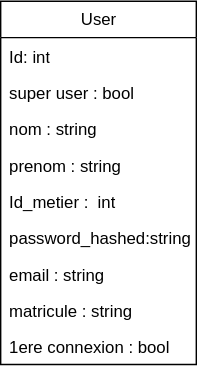
The draw.io diagram BDD/User.svg in fetohiaras/projet-genilog-is, before a commit. Source tidied: cells renumbered, new cells last; positions are measured from the earlier drawing's top-left corner, leaving out a move shared by most shapes. The source it was exported from:
```xml
<mxGraphModel>
  <root>
    <mxCell id="0" />
    <mxCell id="1" parent="0" />
    <mxCell id="2" value="User" style="swimlane;fontStyle=0;horizontal=1;startSize=26;fillColor=none;whiteSpace=wrap;html=1;" parent="1" vertex="1">
      <mxGeometry width="140" height="260" as="geometry" />
    </mxCell>
    <mxCell id="3" value="Id: int" style="text;strokeColor=none;fillColor=none;align=left;verticalAlign=top;spacingLeft=4;spacingRight=4;overflow=hidden;whiteSpace=wrap;html=1;" parent="2" vertex="1">
      <mxGeometry y="26" width="140" height="26" as="geometry" />
    </mxCell>
    <mxCell id="4" value="super user : bool" style="text;strokeColor=none;fillColor=none;align=left;verticalAlign=top;spacingLeft=4;spacingRight=4;overflow=hidden;whiteSpace=wrap;html=1;" parent="2" vertex="1">
      <mxGeometry y="52" width="140" height="26" as="geometry" />
    </mxCell>
    <mxCell id="5" value="nom : string" style="text;strokeColor=none;fillColor=none;align=left;verticalAlign=top;spacingLeft=4;spacingRight=4;overflow=hidden;whiteSpace=wrap;html=1;" parent="2" vertex="1">
      <mxGeometry y="78" width="140" height="26" as="geometry" />
    </mxCell>
    <mxCell id="6" value="prenom : string" style="text;strokeColor=none;fillColor=none;align=left;verticalAlign=top;spacingLeft=4;spacingRight=4;overflow=hidden;whiteSpace=wrap;html=1;" parent="2" vertex="1">
      <mxGeometry y="104" width="140" height="26" as="geometry" />
    </mxCell>
    <mxCell id="7" value="Id_metier&amp;nbsp;:&amp;nbsp; int" style="text;strokeColor=none;fillColor=none;align=left;verticalAlign=top;spacingLeft=4;spacingRight=4;overflow=hidden;whiteSpace=wrap;html=1;" parent="2" vertex="1">
      <mxGeometry y="130" width="140" height="26" as="geometry" />
    </mxCell>
    <mxCell id="8" value="password_hashed:string" style="text;strokeColor=none;fillColor=none;align=left;verticalAlign=top;spacingLeft=4;spacingRight=4;overflow=hidden;whiteSpace=wrap;html=1;" parent="2" vertex="1">
      <mxGeometry y="156" width="140" height="26" as="geometry" />
    </mxCell>
    <mxCell id="9" value="email : string" style="text;strokeColor=none;fillColor=none;align=left;verticalAlign=top;spacingLeft=4;spacingRight=4;overflow=hidden;whiteSpace=wrap;html=1;" parent="2" vertex="1">
      <mxGeometry y="182" width="140" height="26" as="geometry" />
    </mxCell>
    <mxCell id="10" value="matricule : string" style="text;strokeColor=none;fillColor=none;align=left;verticalAlign=top;spacingLeft=4;spacingRight=4;overflow=hidden;whiteSpace=wrap;html=1;" parent="2" vertex="1">
      <mxGeometry y="208" width="140" height="26" as="geometry" />
    </mxCell>
    <mxCell id="11" value="1ere connexion : bool" style="text;strokeColor=none;fillColor=none;align=left;verticalAlign=top;spacingLeft=4;spacingRight=4;overflow=hidden;whiteSpace=wrap;html=1;" parent="2" vertex="1">
      <mxGeometry y="234" width="140" height="26" as="geometry" />
    </mxCell>
  </root>
</mxGraphModel>
```
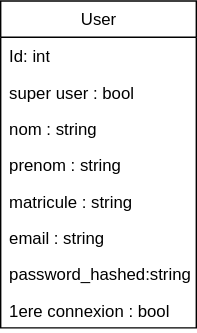
After the change.

The edit, as a diff of the source:
```diff
@@ -3,7 +3,7 @@
     <mxCell id="0" />
     <mxCell id="1" parent="0" />
     <mxCell id="2" value="User" style="swimlane;fontStyle=0;horizontal=1;startSize=26;fillColor=none;whiteSpace=wrap;html=1;" parent="1" vertex="1">
-      <mxGeometry width="140" height="260" as="geometry" />
+      <mxGeometry width="140" height="234" as="geometry" />
     </mxCell>
     <mxCell id="3" value="Id: int" style="text;strokeColor=none;fillColor=none;align=left;verticalAlign=top;spacingLeft=4;spacingRight=4;overflow=hidden;whiteSpace=wrap;html=1;" parent="2" vertex="1">
       <mxGeometry y="26" width="140" height="26" as="geometry" />
@@ -17,20 +17,17 @@
     <mxCell id="6" value="prenom : string" style="text;strokeColor=none;fillColor=none;align=left;verticalAlign=top;spacingLeft=4;spacingRight=4;overflow=hidden;whiteSpace=wrap;html=1;" parent="2" vertex="1">
       <mxGeometry y="104" width="140" height="26" as="geometry" />
     </mxCell>
-    <mxCell id="7" value="Id_metier&amp;nbsp;:&amp;nbsp; int" style="text;strokeColor=none;fillColor=none;align=left;verticalAlign=top;spacingLeft=4;spacingRight=4;overflow=hidden;whiteSpace=wrap;html=1;" parent="2" vertex="1">
-      <mxGeometry y="130" width="140" height="26" as="geometry" />
-    </mxCell>
+    <mxCell id="10" value="matricule : string" style="text;strokeColor=none;fillColor=none;align=left;verticalAlign=top;spacingLeft=4;spacingRight=4;overflow=hidden;whiteSpace=wrap;html=1;" parent="2" vertex="1">
+      <mxGeometry y="130" width="140" height="26" as="geometry" />
+    </mxCell>
+    <mxCell id="9" value="email : string" style="text;strokeColor=none;fillColor=none;align=left;verticalAlign=top;spacingLeft=4;spacingRight=4;overflow=hidden;whiteSpace=wrap;html=1;" parent="2" vertex="1">
+      <mxGeometry y="156" width="140" height="26" as="geometry" />
+    </mxCell>
     <mxCell id="8" value="password_hashed:string" style="text;strokeColor=none;fillColor=none;align=left;verticalAlign=top;spacingLeft=4;spacingRight=4;overflow=hidden;whiteSpace=wrap;html=1;" parent="2" vertex="1">
-      <mxGeometry y="156" width="140" height="26" as="geometry" />
+      <mxGeometry y="182" width="140" height="26" as="geometry" />
     </mxCell>
-    <mxCell id="9" value="email : string" style="text;strokeColor=none;fillColor=none;align=left;verticalAlign=top;spacingLeft=4;spacingRight=4;overflow=hidden;whiteSpace=wrap;html=1;" parent="2" vertex="1">
-      <mxGeometry y="182" width="140" height="26" as="geometry" />
-    </mxCell>
-    <mxCell id="10" value="matricule : string" style="text;strokeColor=none;fillColor=none;align=left;verticalAlign=top;spacingLeft=4;spacingRight=4;overflow=hidden;whiteSpace=wrap;html=1;" parent="2" vertex="1">
-      <mxGeometry y="208" width="140" height="26" as="geometry" />
-    </mxCell>
     <mxCell id="11" value="1ere connexion : bool" style="text;strokeColor=none;fillColor=none;align=left;verticalAlign=top;spacingLeft=4;spacingRight=4;overflow=hidden;whiteSpace=wrap;html=1;" parent="2" vertex="1">
-      <mxGeometry y="234" width="140" height="26" as="geometry" />
+      <mxGeometry y="208" width="140" height="26" as="geometry" />
     </mxCell>
   </root>
 </mxGraphModel>
```
